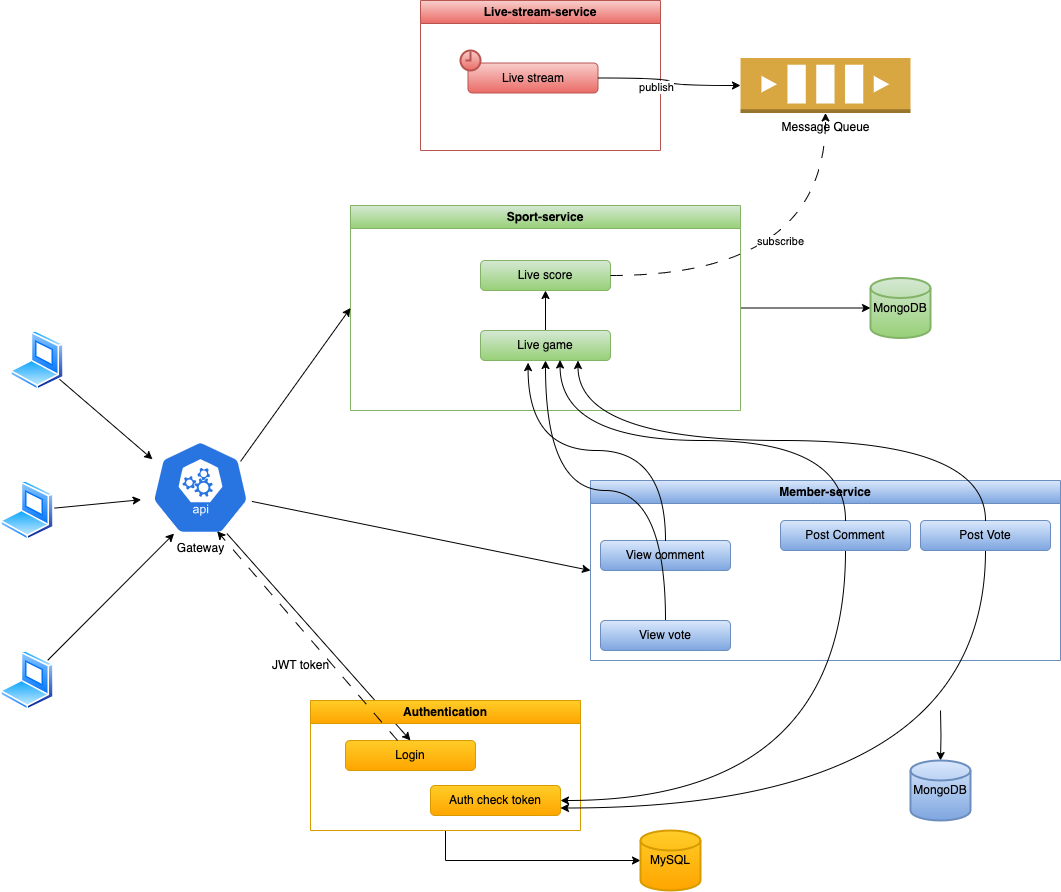
This is lectures/w3d4.project/Untitled.png from nthanhdo2610/enterprise-architecture, a draw.io export, as it was before one commit. Source tidied: cells renumbered, new cells last; positions are measured from the earlier drawing's top-left corner, leaving out a move shared by most shapes. The source it was exported from:
```xml
<mxGraphModel>
  <root>
    <mxCell id="0" />
    <mxCell id="1" parent="0" />
    <mxCell id="2" style="rounded=0;jettySize=auto;html=1;entryX=0.5;entryY=0;entryDx=0;entryDy=0;exitX=0.72;exitY=0.99;exitDx=0;exitDy=0;exitPerimeter=0;" parent="1" edge="1" source="3" target="26">
      <mxGeometry relative="1" as="geometry" />
    </mxCell>
    <mxCell id="3" value="Gateway" style="sketch=0;html=1;dashed=0;whitespace=wrap;fillColor=#2875E2;strokeColor=#ffffff;points=[[0.005,0.63,0],[0.1,0.2,0],[0.9,0.2,0],[0.5,0,0],[0.995,0.63,0],[0.72,0.99,0],[0.5,1,0],[0.28,0.99,0]];verticalLabelPosition=bottom;align=center;verticalAlign=top;shape=mxgraph.kubernetes.icon;prIcon=api;" parent="1" vertex="1">
      <mxGeometry x="140" y="440" width="120" height="94" as="geometry" />
    </mxCell>
    <mxCell id="4" style="rounded=0;jettySize=auto;html=1;entryX=0.005;entryY=0.63;entryDx=0;entryDy=0;entryPerimeter=0;" parent="1" edge="1" source="5" target="3">
      <mxGeometry relative="1" as="geometry" />
    </mxCell>
    <mxCell id="5" style="image;perimeter=ellipsePerimeter;html=1;align=center;shadow=0;dashed=0;spacingTop=3;image=img/lib/active_directory/laptop_client.svg;" parent="1" vertex="1">
      <mxGeometry y="480" width="54" height="60" as="geometry" />
    </mxCell>
    <mxCell id="6" style="rounded=0;jettySize=auto;html=1;entryX=0.28;entryY=0.99;entryDx=0;entryDy=0;entryPerimeter=0;" parent="1" edge="1" source="7" target="3">
      <mxGeometry relative="1" as="geometry" />
    </mxCell>
    <mxCell id="7" style="image;perimeter=ellipsePerimeter;html=1;align=center;shadow=0;dashed=0;spacingTop=3;image=img/lib/active_directory/laptop_client.svg;" parent="1" vertex="1">
      <mxGeometry y="650" width="54" height="60" as="geometry" />
    </mxCell>
    <mxCell id="8" style="rounded=0;jettySize=auto;html=1;entryX=0.1;entryY=0.2;entryDx=0;entryDy=0;entryPerimeter=0;" parent="1" edge="1" source="9" target="3">
      <mxGeometry relative="1" as="geometry" />
    </mxCell>
    <mxCell id="9" style="image;perimeter=ellipsePerimeter;html=1;align=center;shadow=0;dashed=0;spacingTop=3;image=img/lib/active_directory/laptop_client.svg;" parent="1" vertex="1">
      <mxGeometry x="10" y="330" width="54" height="60" as="geometry" />
    </mxCell>
    <mxCell id="10" style="edgeStyle=orthogonalEdgeStyle;rounded=0;jettySize=auto;html=1;entryX=0;entryY=0.5;entryDx=0;entryDy=0;entryPerimeter=0;" parent="1" edge="1" source="11" target="43">
      <mxGeometry relative="1" as="geometry" />
    </mxCell>
    <mxCell id="11" value="Sport-service" style="swimlane;whiteSpace=wrap;html=1;fillColor=#d5e8d4;strokeColor=#82b366;gradientColor=#97d077;" parent="1" vertex="1">
      <mxGeometry x="350" y="205" width="390" height="205" as="geometry" />
    </mxCell>
    <mxCell id="12" value="Live score" style="rounded=1;whiteSpace=wrap;html=1;fillColor=#d5e8d4;strokeColor=#82b366;gradientColor=#97d077;" parent="11" vertex="1">
      <mxGeometry x="130" y="55" width="130" height="30" as="geometry" />
    </mxCell>
    <mxCell id="13" style="edgeStyle=orthogonalEdgeStyle;rounded=0;jettySize=auto;html=1;entryX=0.5;entryY=1;entryDx=0;entryDy=0;exitX=0.5;exitY=0;exitDx=0;exitDy=0;curved=1;" parent="11" edge="1" source="14" target="12">
      <mxGeometry relative="1" as="geometry" />
    </mxCell>
    <mxCell id="14" value="Live game" style="rounded=1;whiteSpace=wrap;html=1;fillColor=#d5e8d4;strokeColor=#82b366;gradientColor=#97d077;" parent="11" vertex="1">
      <mxGeometry x="130" y="125" width="130" height="30" as="geometry" />
    </mxCell>
    <mxCell id="15" value="Live-stream-service" style="swimlane;whiteSpace=wrap;html=1;fillColor=#f8cecc;strokeColor=#b85450;gradientColor=#ea6b66;" parent="1" vertex="1">
      <mxGeometry x="420" width="240" height="150" as="geometry" />
    </mxCell>
    <mxCell id="16" value="Live stream" style="rounded=1;whiteSpace=wrap;html=1;fillColor=#f8cecc;strokeColor=#b85450;gradientColor=#ea6b66;" parent="15" vertex="1">
      <mxGeometry x="47.5" y="62.5" width="130" height="30" as="geometry" />
    </mxCell>
    <mxCell id="17" style="html=1;verticalLabelPosition=bottom;align=center;labelBackgroundColor=#ffffff;verticalAlign=top;strokeWidth=2;strokeColor=#b85450;shadow=0;dashed=0;shape=mxgraph.ios7.icons.clock;fillColor=#f8cecc;gradientColor=#ea6b66;" parent="15" vertex="1">
      <mxGeometry x="40" y="50" width="20" height="20" as="geometry" />
    </mxCell>
    <mxCell id="18" style="edgeStyle=orthogonalEdgeStyle;rounded=0;jettySize=auto;html=1;entryX=0.5;entryY=0;entryDx=0;entryDy=0;entryPerimeter=0;" parent="1" edge="1" target="44">
      <mxGeometry relative="1" as="geometry">
        <mxPoint x="940" y="710" as="sourcePoint" />
      </mxGeometry>
    </mxCell>
    <mxCell id="19" value="Member-service" style="swimlane;whiteSpace=wrap;html=1;fillColor=#dae8fc;strokeColor=#6c8ebf;gradientColor=#7ea6e0;" parent="1" vertex="1">
      <mxGeometry x="590" y="480" width="470" height="180" as="geometry" />
    </mxCell>
    <mxCell id="20" value="Post Comment" style="rounded=1;whiteSpace=wrap;html=1;fillColor=#dae8fc;strokeColor=#6c8ebf;gradientColor=#7ea6e0;" parent="19" vertex="1">
      <mxGeometry x="190" y="40" width="130" height="30" as="geometry" />
    </mxCell>
    <mxCell id="21" value="Post Vote" style="rounded=1;whiteSpace=wrap;html=1;fillColor=#dae8fc;strokeColor=#6c8ebf;gradientColor=#7ea6e0;" parent="19" vertex="1">
      <mxGeometry x="330" y="40" width="130" height="30" as="geometry" />
    </mxCell>
    <mxCell id="22" value="View comment" style="rounded=1;whiteSpace=wrap;html=1;fillColor=#dae8fc;strokeColor=#6c8ebf;gradientColor=#7ea6e0;" parent="19" vertex="1">
      <mxGeometry x="10" y="60" width="130" height="30" as="geometry" />
    </mxCell>
    <mxCell id="23" value="View vote" style="rounded=1;whiteSpace=wrap;html=1;fillColor=#dae8fc;strokeColor=#6c8ebf;gradientColor=#7ea6e0;" parent="19" vertex="1">
      <mxGeometry x="10" y="140" width="130" height="30" as="geometry" />
    </mxCell>
    <mxCell id="24" style="edgeStyle=orthogonalEdgeStyle;rounded=0;jettySize=auto;html=1;entryX=0;entryY=0.5;entryDx=0;entryDy=0;entryPerimeter=0;exitX=0.5;exitY=1;exitDx=0;exitDy=0;" parent="1" edge="1" source="25" target="45">
      <mxGeometry relative="1" as="geometry" />
    </mxCell>
    <mxCell id="25" value="Authentication" style="swimlane;whiteSpace=wrap;html=1;fillColor=#ffcd28;strokeColor=#d79b00;gradientColor=#ffa500;" parent="1" vertex="1">
      <mxGeometry x="310" y="700" width="270" height="130" as="geometry" />
    </mxCell>
    <mxCell id="26" value="Login" style="rounded=1;whiteSpace=wrap;html=1;fillColor=#ffcd28;strokeColor=#d79b00;gradientColor=#ffa500;" parent="25" vertex="1">
      <mxGeometry x="35" y="40" width="130" height="30" as="geometry" />
    </mxCell>
    <mxCell id="27" value="Auth check token" style="rounded=1;whiteSpace=wrap;html=1;fillColor=#ffcd28;strokeColor=#d79b00;gradientColor=#ffa500;" parent="25" vertex="1">
      <mxGeometry x="120" y="85" width="130" height="30" as="geometry" />
    </mxCell>
    <mxCell id="28" value="Message Queue" style="outlineConnect=0;dashed=0;verticalLabelPosition=bottom;verticalAlign=top;align=center;html=1;shape=mxgraph.aws3.queue;fillColor=#D9A741;gradientColor=none;" parent="1" vertex="1">
      <mxGeometry x="740" y="57.5" width="170" height="55" as="geometry" />
    </mxCell>
    <mxCell id="29" style="edgeStyle=orthogonalEdgeStyle;rounded=0;jettySize=auto;html=1;entryX=0;entryY=0.5;entryDx=0;entryDy=0;entryPerimeter=0;elbow=vertical;curved=1;" parent="1" edge="1" source="16" target="28">
      <mxGeometry relative="1" as="geometry" />
    </mxCell>
    <mxCell id="30" value="publish" style="edgeLabel;html=1;align=center;verticalAlign=middle;" parent="29" vertex="1">
      <mxGeometry x="-0.23" y="-9" relative="1" as="geometry" />
    </mxCell>
    <mxCell id="31" style="edgeStyle=orthogonalEdgeStyle;rounded=0;jettySize=auto;html=1;dashed=1;dashPattern=12 12;curved=1;entryX=0.5;entryY=1;entryDx=0;entryDy=0;entryPerimeter=0;" parent="1" edge="1" source="12" target="28">
      <mxGeometry relative="1" as="geometry" />
    </mxCell>
    <mxCell id="32" value="subscribe" style="edgeLabel;html=1;align=center;verticalAlign=middle;" parent="31" vertex="1">
      <mxGeometry x="0.07" y="1" relative="1" as="geometry">
        <mxPoint x="-34" y="-34" as="offset" />
      </mxGeometry>
    </mxCell>
    <mxCell id="33" style="rounded=0;jettySize=auto;html=1;exitX=0.834;exitY=0.222;exitDx=0;exitDy=0;exitPerimeter=0;entryX=0;entryY=0.5;entryDx=0;entryDy=0;" parent="1" edge="1" source="3" target="11">
      <mxGeometry relative="1" as="geometry" />
    </mxCell>
    <mxCell id="34" style="rounded=0;jettySize=auto;html=1;entryX=0;entryY=0.5;entryDx=0;entryDy=0;exitX=0.928;exitY=0.648;exitDx=0;exitDy=0;exitPerimeter=0;" parent="1" edge="1" source="3" target="19">
      <mxGeometry relative="1" as="geometry" />
    </mxCell>
    <mxCell id="35" style="edgeStyle=orthogonalEdgeStyle;rounded=0;jettySize=auto;html=1;entryX=1;entryY=0.5;entryDx=0;entryDy=0;exitX=0.5;exitY=1;exitDx=0;exitDy=0;curved=1;" parent="1" edge="1" source="20" target="27">
      <mxGeometry relative="1" as="geometry" />
    </mxCell>
    <mxCell id="36" style="edgeStyle=orthogonalEdgeStyle;rounded=0;jettySize=auto;html=1;entryX=1;entryY=0.75;entryDx=0;entryDy=0;curved=1;exitX=0.5;exitY=1;exitDx=0;exitDy=0;" parent="1" edge="1" source="21" target="27">
      <mxGeometry relative="1" as="geometry" />
    </mxCell>
    <mxCell id="37" style="rounded=0;jettySize=auto;html=1;entryX=0.639;entryY=0.965;entryDx=0;entryDy=0;entryPerimeter=0;dashed=1;dashPattern=12 12;" parent="1" edge="1" source="26" target="3">
      <mxGeometry relative="1" as="geometry" />
    </mxCell>
    <mxCell id="38" value="JWT token" style="text;html=1;align=center;verticalAlign=middle;strokeColor=none;fillColor=none;" parent="1" vertex="1">
      <mxGeometry x="260" y="650" width="80" height="30" as="geometry" />
    </mxCell>
    <mxCell id="39" style="edgeStyle=orthogonalEdgeStyle;rounded=0;jettySize=auto;html=1;entryX=0.366;entryY=1.071;entryDx=0;entryDy=0;curved=1;entryPerimeter=0;" parent="1" edge="1" source="22" target="14">
      <mxGeometry relative="1" as="geometry" />
    </mxCell>
    <mxCell id="40" style="edgeStyle=orthogonalEdgeStyle;rounded=0;jettySize=auto;html=1;entryX=0.5;entryY=1;entryDx=0;entryDy=0;curved=1;" parent="1" edge="1" source="23" target="14">
      <mxGeometry relative="1" as="geometry" />
    </mxCell>
    <mxCell id="41" style="edgeStyle=orthogonalEdgeStyle;rounded=0;jettySize=auto;html=1;entryX=0.612;entryY=0.983;entryDx=0;entryDy=0;entryPerimeter=0;curved=1;exitX=0.5;exitY=0;exitDx=0;exitDy=0;" parent="1" edge="1" source="20" target="14">
      <mxGeometry relative="1" as="geometry" />
    </mxCell>
    <mxCell id="42" style="edgeStyle=orthogonalEdgeStyle;rounded=0;jettySize=auto;html=1;entryX=0.75;entryY=1;entryDx=0;entryDy=0;curved=1;exitX=0.5;exitY=0;exitDx=0;exitDy=0;" parent="1" edge="1" source="21" target="14">
      <mxGeometry relative="1" as="geometry" />
    </mxCell>
    <mxCell id="43" value="MongoDB" style="strokeWidth=2;html=1;shape=mxgraph.flowchart.database;whiteSpace=wrap;fillColor=#d5e8d4;gradientColor=#97d077;strokeColor=#82b366;" parent="1" vertex="1">
      <mxGeometry x="870" y="277.5" width="60" height="60" as="geometry" />
    </mxCell>
    <mxCell id="44" value="MongoDB" style="strokeWidth=2;html=1;shape=mxgraph.flowchart.database;whiteSpace=wrap;fillColor=#dae8fc;gradientColor=#7ea6e0;strokeColor=#6c8ebf;" parent="1" vertex="1">
      <mxGeometry x="910" y="760" width="60" height="60" as="geometry" />
    </mxCell>
    <mxCell id="45" value="MySQL" style="strokeWidth=2;html=1;shape=mxgraph.flowchart.database;whiteSpace=wrap;fillColor=#ffcd28;gradientColor=#ffa500;strokeColor=#d79b00;" parent="1" vertex="1">
      <mxGeometry x="640" y="830" width="60" height="60" as="geometry" />
    </mxCell>
  </root>
</mxGraphModel>
```
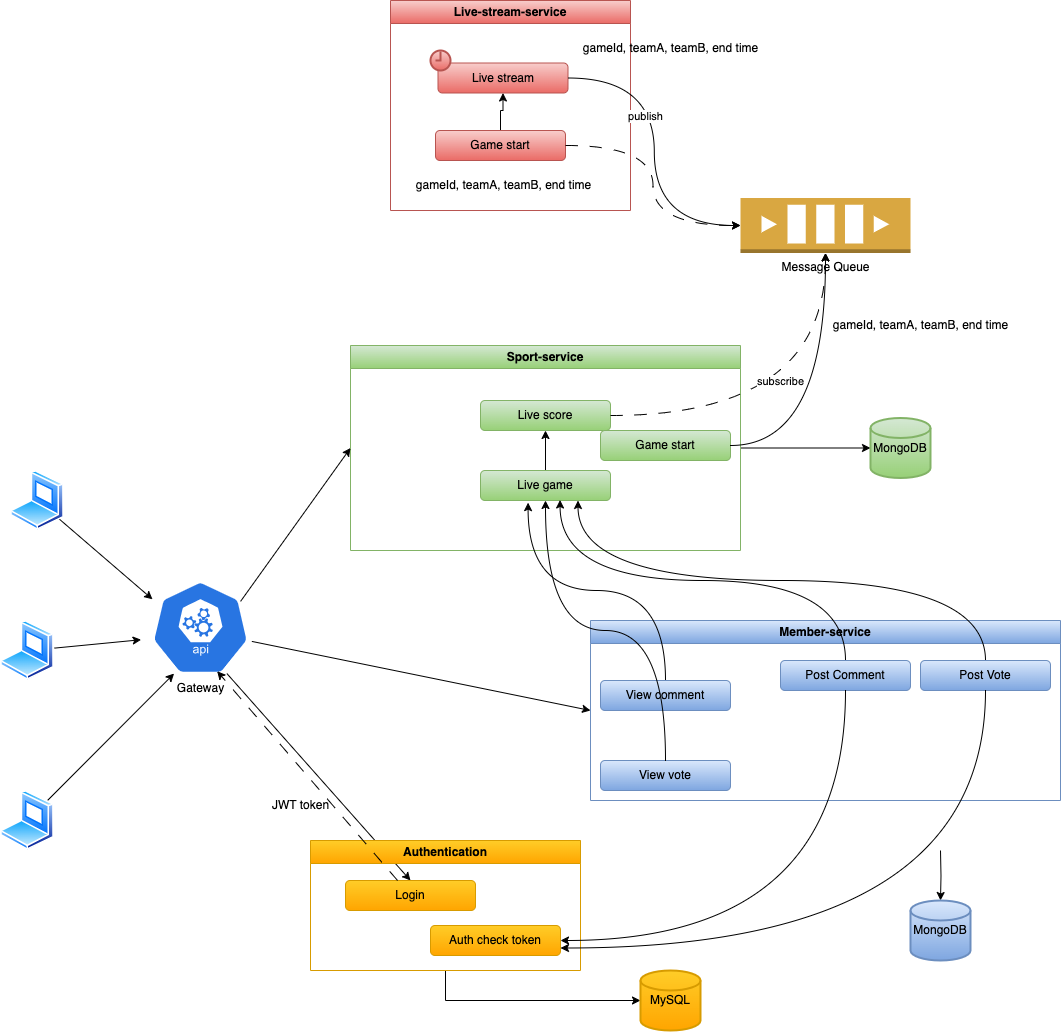
Above is the later version.

Change to the diagram source:
```diff
@@ -41,8 +41,11 @@
     <mxCell id="14" value="Live game" style="rounded=1;whiteSpace=wrap;html=1;fillColor=#d5e8d4;strokeColor=#82b366;gradientColor=#97d077;" parent="11" vertex="1">
       <mxGeometry x="130" y="125" width="130" height="30" as="geometry" />
     </mxCell>
+    <mxCell id="46" value="Game start" style="rounded=1;whiteSpace=wrap;html=1;fillColor=#d5e8d4;strokeColor=#82b366;gradientColor=#97d077;" parent="11" vertex="1">
+      <mxGeometry x="250" y="85" width="130" height="30" as="geometry" />
+    </mxCell>
     <mxCell id="15" value="Live-stream-service" style="swimlane;whiteSpace=wrap;html=1;fillColor=#f8cecc;strokeColor=#b85450;gradientColor=#ea6b66;" parent="1" vertex="1">
-      <mxGeometry x="420" width="240" height="150" as="geometry" />
+      <mxGeometry x="390" y="-140" width="240" height="210" as="geometry" />
     </mxCell>
     <mxCell id="16" value="Live stream" style="rounded=1;whiteSpace=wrap;html=1;fillColor=#f8cecc;strokeColor=#b85450;gradientColor=#ea6b66;" parent="15" vertex="1">
       <mxGeometry x="47.5" y="62.5" width="130" height="30" as="geometry" />
@@ -50,6 +53,15 @@
     <mxCell id="17" style="html=1;verticalLabelPosition=bottom;align=center;labelBackgroundColor=#ffffff;verticalAlign=top;strokeWidth=2;strokeColor=#b85450;shadow=0;dashed=0;shape=mxgraph.ios7.icons.clock;fillColor=#f8cecc;gradientColor=#ea6b66;" parent="15" vertex="1">
       <mxGeometry x="40" y="50" width="20" height="20" as="geometry" />
     </mxCell>
+    <mxCell id="47" style="edgeStyle=orthogonalEdgeStyle;rounded=0;jettySize=auto;html=1;entryX=0.5;entryY=1;entryDx=0;entryDy=0;" parent="15" edge="1" source="48" target="16">
+      <mxGeometry relative="1" as="geometry" />
+    </mxCell>
+    <mxCell id="48" value="Game start" style="rounded=1;whiteSpace=wrap;html=1;fillColor=#f8cecc;strokeColor=#b85450;gradientColor=#ea6b66;" parent="15" vertex="1">
+      <mxGeometry x="45" y="130" width="130" height="30" as="geometry" />
+    </mxCell>
+    <mxCell id="49" value="gameId, teamA, teamB, end time" style="text;html=1;align=center;verticalAlign=middle;strokeColor=none;fillColor=none;" parent="15" vertex="1">
+      <mxGeometry x="12.5" y="170" width="200" height="30" as="geometry" />
+    </mxCell>
     <mxCell id="18" style="edgeStyle=orthogonalEdgeStyle;rounded=0;jettySize=auto;html=1;entryX=0.5;entryY=0;entryDx=0;entryDy=0;entryPerimeter=0;" parent="1" edge="1" target="44">
       <mxGeometry relative="1" as="geometry">
         <mxPoint x="940" y="710" as="sourcePoint" />
@@ -138,5 +150,17 @@
     <mxCell id="45" value="MySQL" style="strokeWidth=2;html=1;shape=mxgraph.flowchart.database;whiteSpace=wrap;fillColor=#ffcd28;gradientColor=#ffa500;strokeColor=#d79b00;" parent="1" vertex="1">
       <mxGeometry x="640" y="830" width="60" height="60" as="geometry" />
     </mxCell>
+    <mxCell id="50" style="edgeStyle=orthogonalEdgeStyle;rounded=0;jettySize=auto;html=1;entryX=0.5;entryY=1;entryDx=0;entryDy=0;entryPerimeter=0;curved=1;" parent="1" edge="1" source="46" target="28">
+      <mxGeometry relative="1" as="geometry" />
+    </mxCell>
+    <mxCell id="51" style="edgeStyle=orthogonalEdgeStyle;rounded=0;jettySize=auto;html=1;entryX=0;entryY=0.5;entryDx=0;entryDy=0;entryPerimeter=0;curved=1;dashed=1;dashPattern=12 12;" parent="1" edge="1" source="48" target="28">
+      <mxGeometry relative="1" as="geometry" />
+    </mxCell>
+    <mxCell id="52" value="gameId, teamA, teamB, end time" style="text;html=1;align=center;verticalAlign=middle;strokeColor=none;fillColor=none;" parent="1" vertex="1">
+      <mxGeometry x="820" y="170" width="200" height="30" as="geometry" />
+    </mxCell>
+    <mxCell id="53" value="gameId, teamA, teamB, end time" style="text;html=1;align=center;verticalAlign=middle;strokeColor=none;fillColor=none;" parent="1" vertex="1">
+      <mxGeometry x="570" y="-107.5" width="200" height="30" as="geometry" />
+    </mxCell>
   </root>
 </mxGraphModel>
```
